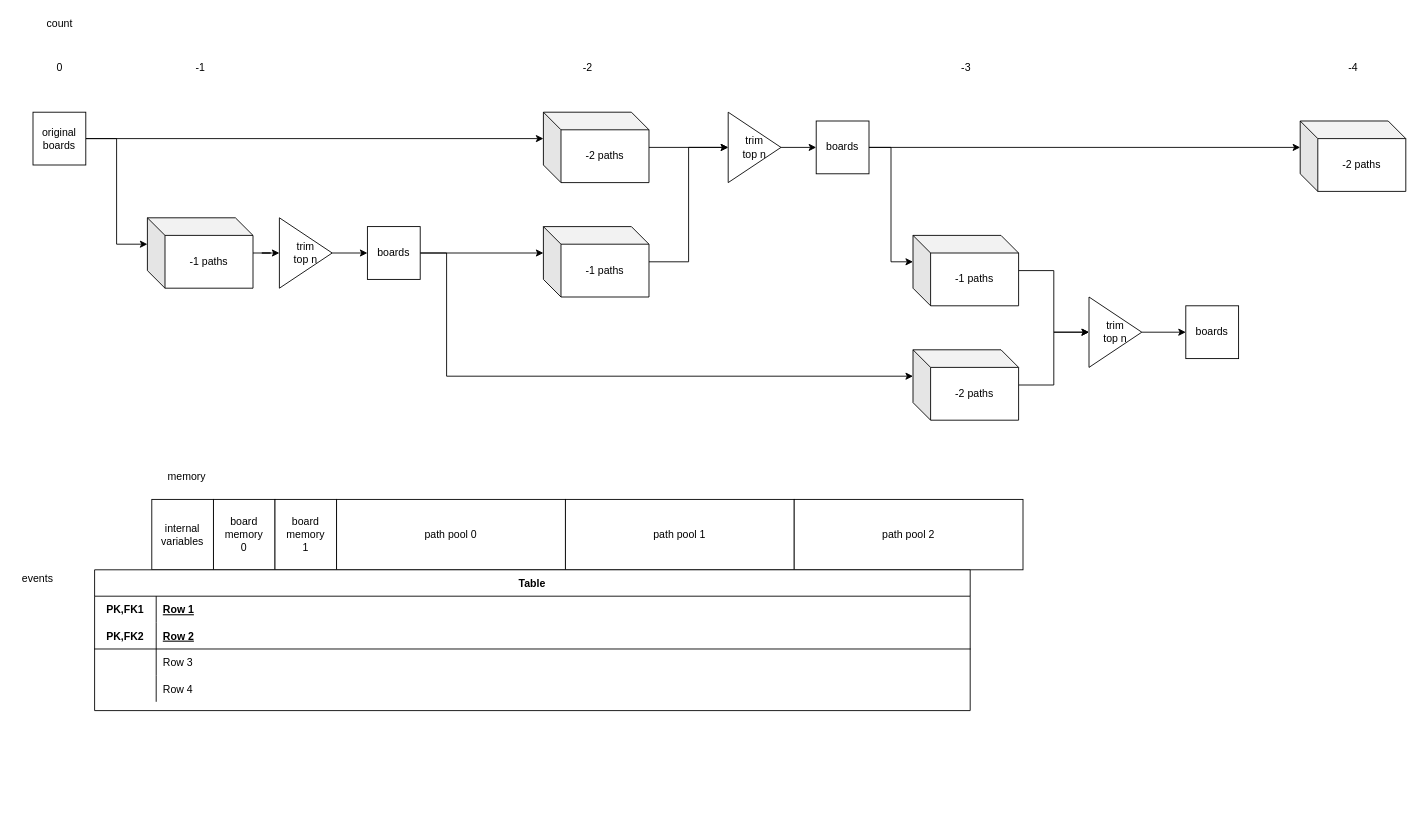
nopeless/perfectionist keeps this draw.io diagram as v5 algo memstack and logic flow.drawio. Above is the earlier version. Source tidied: cells renumbered, new cells numbered last; positions are measured from the earlier drawing's top-left corner, leaving out a move shared by most shapes. Both pictures are drawn from the tidied source at 88%, with x=0, y=0 at pixel (15, 15).
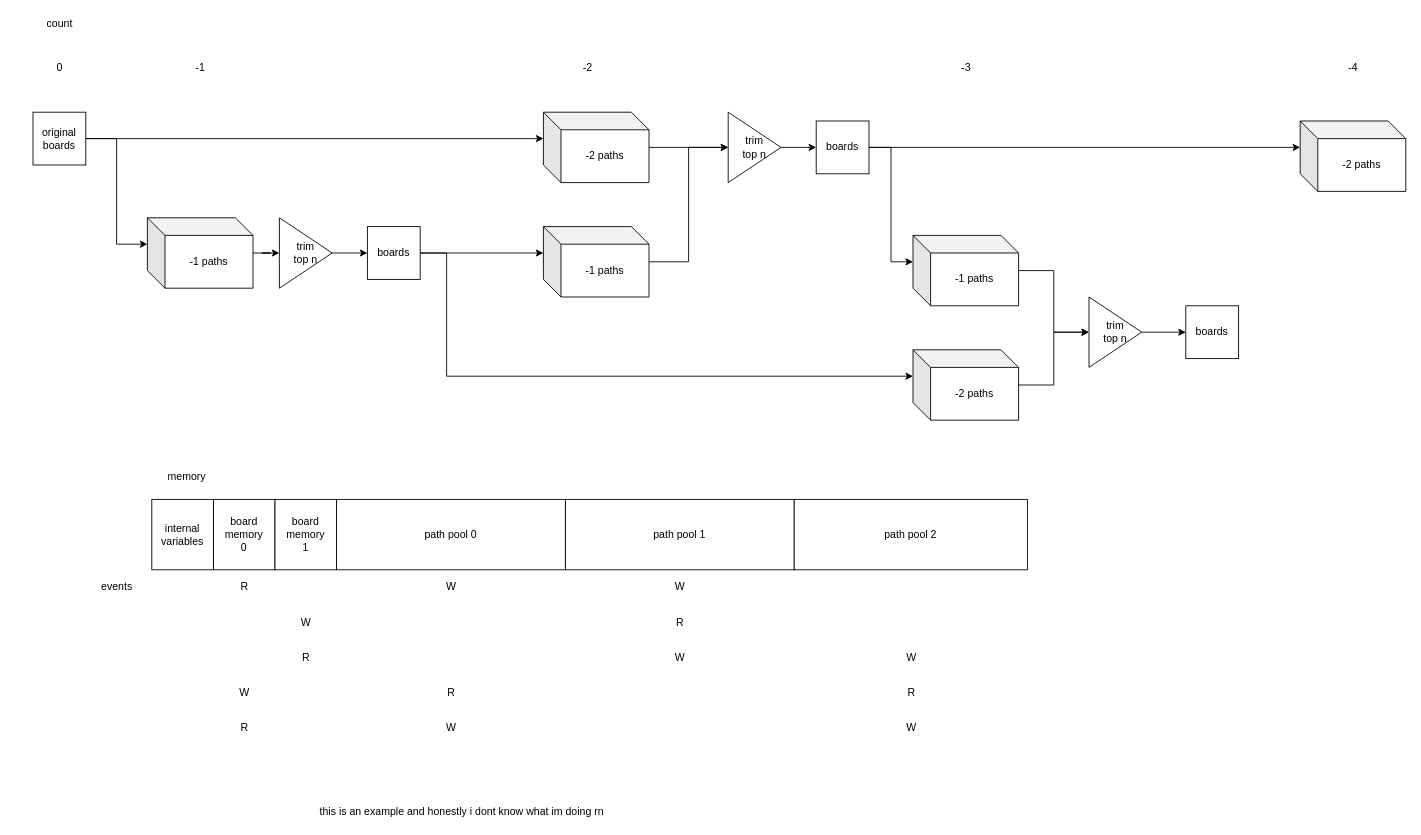
The same diagram, later.

Commit message:
Added readwrite logic to the drawio diagram

The edit, as a diff of the source:
```diff
@@
     <mxCell id="41" value="path pool 2" style="rounded=0;whiteSpace=wrap;html=1;" parent="1" vertex="1">
-      <mxGeometry x="885" y="550" width="260" height="80" as="geometry" />
+      <mxGeometry x="885" y="550" width="265" height="80" as="geometry" />
     </mxCell>
     <mxCell id="42" value="events" style="text;html=1;align=center;verticalAlign=middle;" parent="1" vertex="1">
-      <mxGeometry y="630" width="50" height="20" as="geometry" />
+      <mxGeometry x="90" y="640" width="50" height="20" as="geometry" />
     </mxCell>
-    <mxCell id="43" value="Table" style="shape=table;startSize=30;childLayout=tableLayout;rowLines=0;fontStyle=1;align=center;" parent="1" vertex="1">
-      <mxGeometry x="90" y="630" width="995" height="160" as="geometry" />
-    </mxCell>
-    <mxCell id="44" style="shape=partialRectangle;fillColor=none;top=0;left=0;bottom=0;right=0;" parent="43" vertex="1">
-      <mxGeometry y="30" width="995" height="30" as="geometry" />
-    </mxCell>
-    <mxCell id="45" value="PK,FK1" style="shape=partialRectangle;fillColor=none;top=0;left=0;bottom=0;right=0;fontStyle=1;overflow=hidden;" parent="44" vertex="1">
-      <mxGeometry width="70" height="30" as="geometry" />
-    </mxCell>
-    <mxCell id="46" value="Row 1" style="shape=partialRectangle;fillColor=none;top=0;left=0;bottom=0;right=0;align=left;spacingLeft=6;fontStyle=5;overflow=hidden;" parent="44" vertex="1">
-      <mxGeometry x="70" width="925" height="30" as="geometry" />
-    </mxCell>
-    <mxCell id="47" style="shape=partialRectangle;fillColor=none;top=0;left=0;bottom=1;right=0;" parent="43" vertex="1">
-      <mxGeometry y="60" width="995" height="30" as="geometry" />
-    </mxCell>
-    <mxCell id="48" value="PK,FK2" style="shape=partialRectangle;fillColor=none;top=0;left=0;bottom=0;right=0;fontStyle=1;overflow=hidden;" parent="47" vertex="1">
-      <mxGeometry width="70" height="30" as="geometry" />
-    </mxCell>
-    <mxCell id="49" value="Row 2" style="shape=partialRectangle;fillColor=none;top=0;left=0;bottom=0;right=0;align=left;spacingLeft=6;fontStyle=5;overflow=hidden;" parent="47" vertex="1">
-      <mxGeometry x="70" width="925" height="30" as="geometry" />
-    </mxCell>
-    <mxCell id="50" style="shape=partialRectangle;fillColor=none;top=0;left=0;bottom=0;right=0;" parent="43" vertex="1">
-      <mxGeometry y="90" width="995" height="30" as="geometry" />
-    </mxCell>
-    <mxCell id="51" style="shape=partialRectangle;fillColor=none;top=0;left=0;bottom=0;right=0;overflow=hidden;" parent="50" vertex="1">
-      <mxGeometry width="70" height="30" as="geometry" />
-    </mxCell>
-    <mxCell id="52" value="Row 3" style="shape=partialRectangle;fillColor=none;top=0;left=0;bottom=0;right=0;align=left;spacingLeft=6;overflow=hidden;" parent="50" vertex="1">
-      <mxGeometry x="70" width="925" height="30" as="geometry" />
-    </mxCell>
-    <mxCell id="53" style="shape=partialRectangle;fillColor=none;top=0;left=0;bottom=0;right=0;" parent="43" vertex="1">
-      <mxGeometry y="120" width="995" height="30" as="geometry" />
-    </mxCell>
-    <mxCell id="54" style="shape=partialRectangle;fillColor=none;top=0;left=0;bottom=0;right=0;overflow=hidden;" parent="53" vertex="1">
-      <mxGeometry width="70" height="30" as="geometry" />
-    </mxCell>
-    <mxCell id="55" value="Row 4" style="shape=partialRectangle;fillColor=none;top=0;left=0;bottom=0;right=0;align=left;spacingLeft=6;overflow=hidden;" parent="53" vertex="1">
-      <mxGeometry x="70" width="925" height="30" as="geometry" />
-    </mxCell>
+    <mxCell id="56" value="R" style="text;html=1;align=center;verticalAlign=middle;" parent="1" vertex="1">
+      <mxGeometry x="250" y="640" width="20" height="20" as="geometry" />
+    </mxCell>
+    <mxCell id="57" value="W" style="text;html=1;align=center;verticalAlign=middle;" parent="1" vertex="1">
+      <mxGeometry x="480" y="640" width="30" height="20" as="geometry" />
+    </mxCell>
+    <mxCell id="58" value="W" style="text;html=1;align=center;verticalAlign=middle;" parent="1" vertex="1">
+      <mxGeometry x="740" y="640" width="30" height="20" as="geometry" />
+    </mxCell>
+    <mxCell id="59" value="W" style="text;html=1;align=center;verticalAlign=middle;" parent="1" vertex="1">
+      <mxGeometry x="315" y="680" width="30" height="20" as="geometry" />
+    </mxCell>
+    <mxCell id="60" value="R" style="text;html=1;align=center;verticalAlign=middle;" parent="1" vertex="1">
+      <mxGeometry x="745" y="680" width="20" height="20" as="geometry" />
+    </mxCell>
+    <mxCell id="61" value="R" style="text;html=1;align=center;verticalAlign=middle;" parent="1" vertex="1">
+      <mxGeometry x="485" y="760" width="20" height="20" as="geometry" />
+    </mxCell>
+    <mxCell id="62" value="R" style="text;html=1;align=center;verticalAlign=middle;" parent="1" vertex="1">
+      <mxGeometry x="320" y="720" width="20" height="20" as="geometry" />
+    </mxCell>
+    <mxCell id="63" value="W" style="text;html=1;align=center;verticalAlign=middle;" parent="1" vertex="1">
+      <mxGeometry x="1002.5" y="720" width="30" height="20" as="geometry" />
+    </mxCell>
+    <mxCell id="64" value="R" style="text;html=1;align=center;verticalAlign=middle;" parent="1" vertex="1">
+      <mxGeometry x="1007.5" y="760" width="20" height="20" as="geometry" />
+    </mxCell>
+    <mxCell id="65" value="W" style="text;html=1;align=center;verticalAlign=middle;" parent="1" vertex="1">
+      <mxGeometry x="740" y="720" width="30" height="20" as="geometry" />
+    </mxCell>
+    <mxCell id="66" value="W" style="text;html=1;align=center;verticalAlign=middle;" parent="1" vertex="1">
+      <mxGeometry x="245" y="760" width="30" height="20" as="geometry" />
+    </mxCell>
+    <mxCell id="67" value="R" style="text;html=1;align=center;verticalAlign=middle;" parent="1" vertex="1">
+      <mxGeometry x="250" y="800" width="20" height="20" as="geometry" />
+    </mxCell>
+    <mxCell id="68" value="W" style="text;html=1;align=center;verticalAlign=middle;" parent="1" vertex="1">
+      <mxGeometry x="480" y="800" width="30" height="20" as="geometry" />
+    </mxCell>
+    <mxCell id="69" value="W" style="text;html=1;align=center;verticalAlign=middle;" parent="1" vertex="1">
+      <mxGeometry x="1002.5" y="800" width="30" height="20" as="geometry" />
+    </mxCell>
+    <mxCell id="70" value="this is an example and honestly i dont know what im doing rn" style="text;html=1;align=center;verticalAlign=middle;" parent="1" vertex="1">
+      <mxGeometry x="337" y="895" width="340" height="20" as="geometry" />
+    </mxCell>
```
